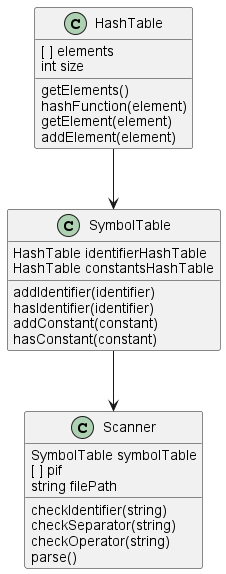
Above: ClassDiagram.png in VrajaEmilia/FLCD (PlantUML), before the change. The source it was exported from:
```plantuml
@startuml

class HashTable
{
[ ] elements
int size
getElements()
hashFunction(element)
getElement(element)
addElement(element)
}
class SymbolTable
{
HashTable identifierHashTable
HashTable constantsHashTable
addIdentifier(identifier)
hasIdentifier(identifier)
addConstant(constant)
hasConstant(constant)
}
HashTable --> SymbolTable

class Scanner{
SymbolTable symbolTable
[ ] pif
string filePath
checkIdentifier(string)
checkSeparator(string)
checkOperator(string)
parse()
}

SymbolTable --> Scanner
@enduml
```
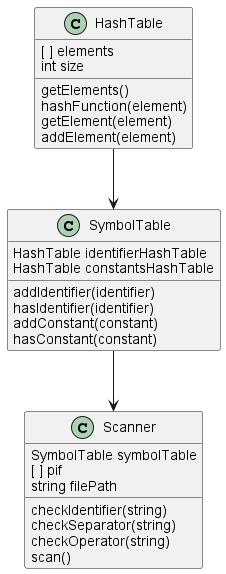
The same diagram one commit later.

Commit message:
scan function

Change to the diagram source:
```diff
@@ -27,7 +27,7 @@
 checkIdentifier(string)
 checkSeparator(string)
 checkOperator(string)
-parse()
+scan()
 }
 
 SymbolTable --> Scanner
```
